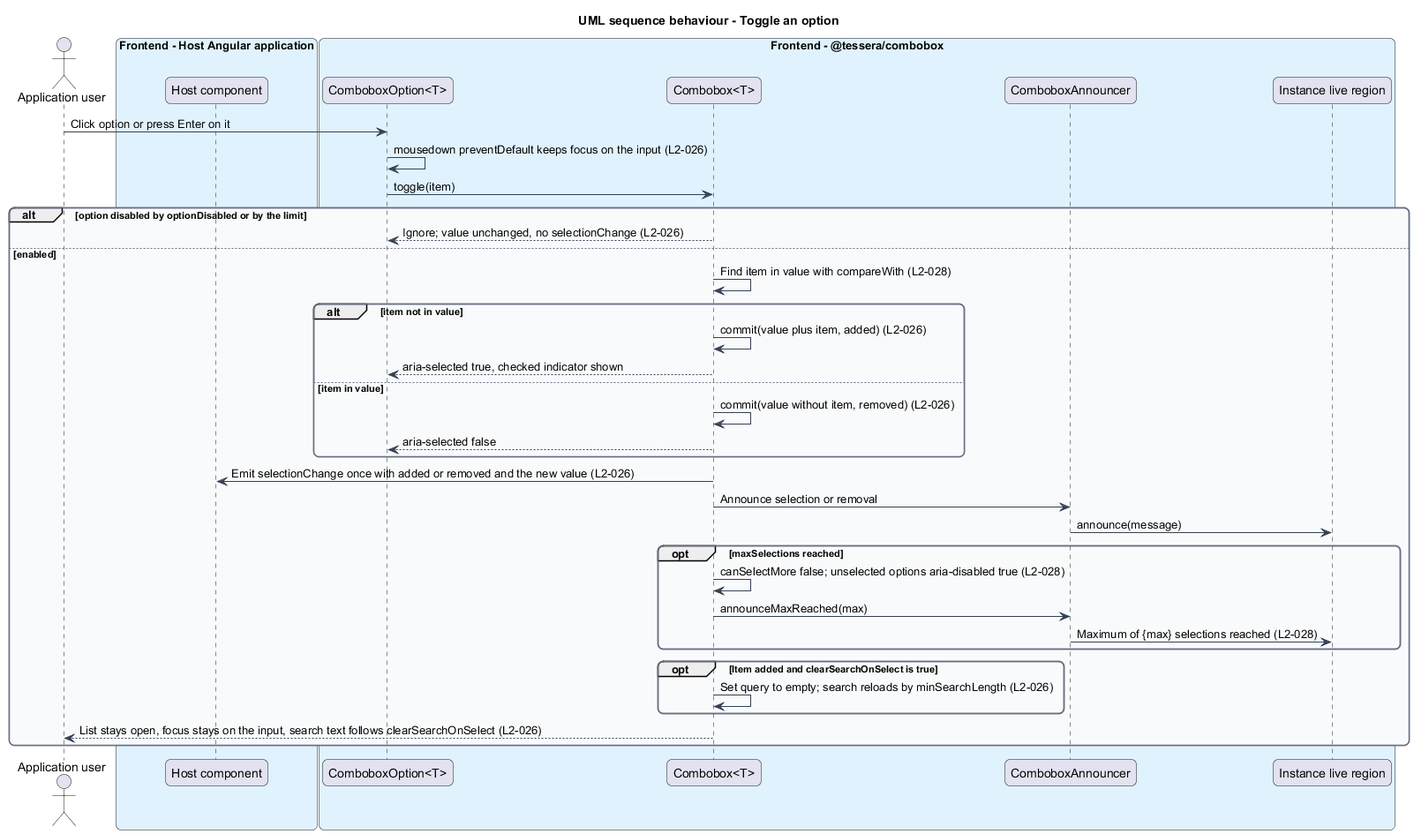
QuinntyneBrown/Tessera keeps this PlantUML diagram as docs/detailed-designs/combobox/select-values/diagrams/sequence-toggle-option.png. Above is the earlier version.
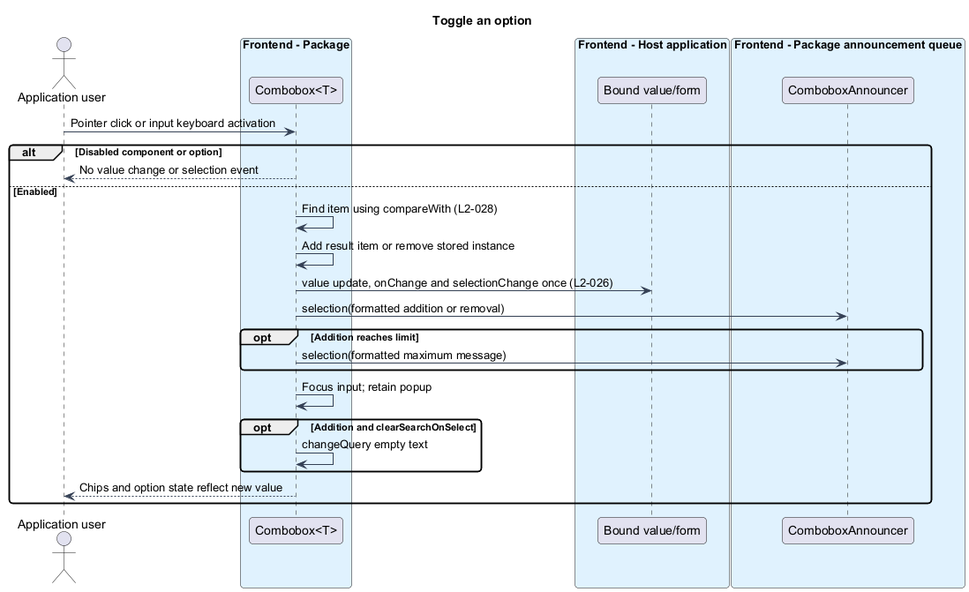
After the change.

Diff of the diagram source:
```diff
@@ -1,55 +1,42 @@
 @startuml
-title UML sequence behaviour - Toggle an option
 skinparam backgroundColor #FFFFFF
 skinparam shadowing false
-skinparam roundcorner 12
+skinparam roundcorner 8
 skinparam defaultFontName Arial
 skinparam ArrowColor #344054
-skinparam rectangle {
+skinparam class {
   BorderColor #344054
-  FontColor #101828
-}
-skinparam package {
-  BorderColor #667085
   FontColor #101828
   BackgroundColor #F9FAFB
 }
+title Toggle an option
 actor "Application user" as user
-box "Frontend - Host Angular application" #E0F2FE
-  participant "Host component" as host
+box "Frontend - Package" #E0F2FE
+  participant "Combobox<T>" as cb
 end box
-box "Frontend - @tessera/combobox" #E0F2FE
-  participant "ComboboxOption<T>" as option
-  participant "Combobox<T>" as combo
-  participant "ComboboxAnnouncer" as announcer
-  participant "Instance live region" as live
+box "Frontend - Host application" #E0F2FE
+  participant "Bound value/form" as host
+end box
+box "Frontend - Package announcement queue" #E0F2FE
+  participant "ComboboxAnnouncer" as ann
 end box
 
-user -> option : Click option or press Enter on it
-option -> option : mousedown preventDefault keeps focus on the input (L2-026)
-option -> combo : toggle(item)
-alt option disabled by optionDisabled or by the limit
-  combo --> option : Ignore; value unchanged, no selectionChange (L2-026)
-else enabled
-  combo -> combo : Find item in value with compareWith (L2-028)
-  alt item not in value
-    combo -> combo : commit(value plus item, added) (L2-026)
-    combo --> option : aria-selected true, checked indicator shown
-  else item in value
-    combo -> combo : commit(value without item, removed) (L2-026)
-    combo --> option : aria-selected false
+
+user -> cb : Pointer click or input keyboard activation
+alt Disabled component or option
+  cb --> user : No value change or selection event
+else Enabled
+  cb -> cb : Find item using compareWith (L2-028)
+  cb -> cb : Add result item or remove stored instance
+  cb -> host : value update, onChange and selectionChange once (L2-026)
+  cb -> ann : selection(formatted addition or removal)
+  opt Addition reaches limit
+    cb -> ann : selection(formatted maximum message)
   end
-  combo -> host : Emit selectionChange once with added or removed and the new value (L2-026)
-  combo -> announcer : Announce selection or removal
-  announcer -> live : announce(message)
-  opt maxSelections reached
-    combo -> combo : canSelectMore false; unselected options aria-disabled true (L2-028)
-    combo -> announcer : announceMaxReached(max)
-    announcer -> live : Maximum of {max} selections reached (L2-028)
+  cb -> cb : Focus input; retain popup
+  opt Addition and clearSearchOnSelect
+    cb -> cb : changeQuery empty text
   end
-  opt Item added and clearSearchOnSelect is true
-    combo -> combo : Set query to empty; search reloads by minSearchLength (L2-026)
-  end
-  combo --> user : List stays open, focus stays on the input, search text follows clearSearchOnSelect (L2-026)
+  cb --> user : Chips and option state reflect new value
 end
 @enduml
```
